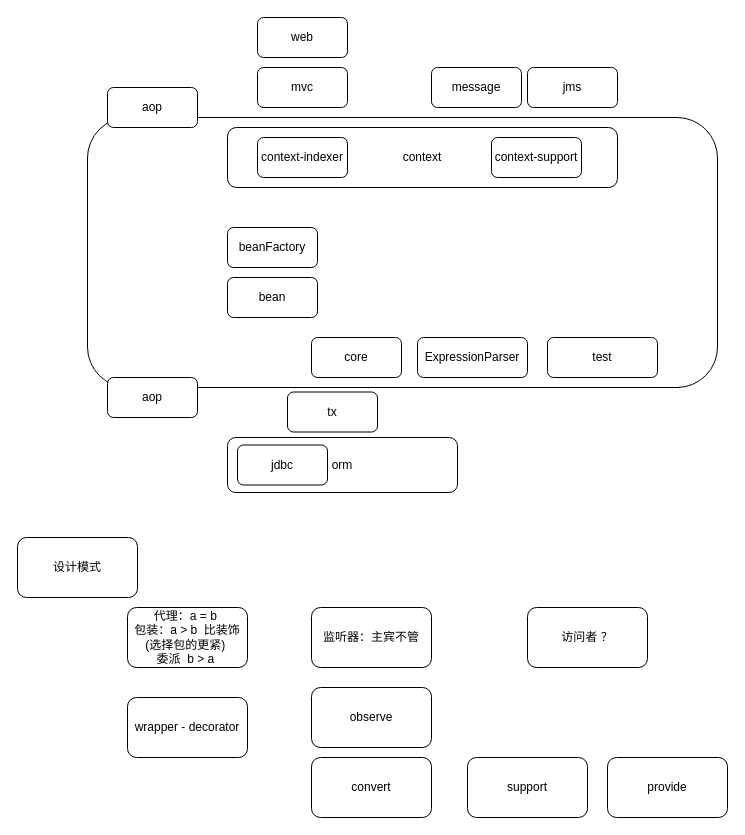
Before: menus/springAll.drawio in Asamiyaa/microservice-k8s-yun, a draw.io diagram. Source tidied: cells renumbered, new cells numbered last; positions are measured from the earlier drawing's top-left corner, leaving out a move shared by most shapes. Both pictures are drawn from the tidied source at 100%, with x=0, y=0 at pixel (17, 17).
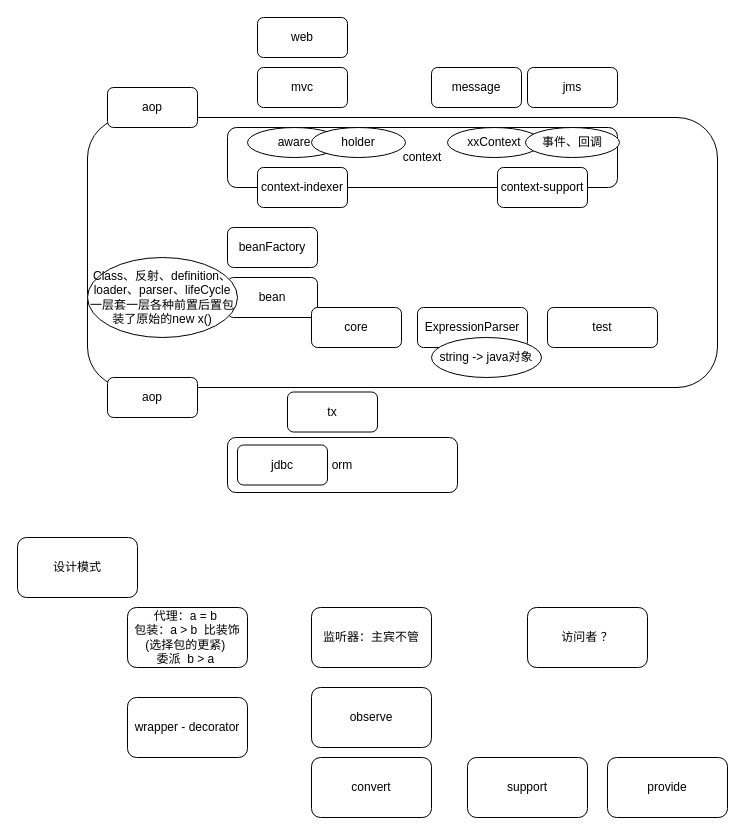
The same diagram, later.

Diff of the diagram source:
```diff
@@
     <mxCell id="7" value="context-indexer" style="rounded=1;whiteSpace=wrap;html=1;" parent="1" vertex="1">
-      <mxGeometry x="240" y="120" width="90" height="40" as="geometry" />
+      <mxGeometry x="240" y="150" width="90" height="40" as="geometry" />
     </mxCell>
     <mxCell id="8" value="context-support" style="rounded=1;whiteSpace=wrap;html=1;" parent="1" vertex="1">
-      <mxGeometry x="474" y="120" width="90" height="40" as="geometry" />
+      <mxGeometry x="480" y="150" width="90" height="40" as="geometry" />
     </mxCell>
     <mxCell id="9" value="core" style="rounded=1;whiteSpace=wrap;html=1;" parent="1" vertex="1">
-      <mxGeometry x="294" y="320" width="90" height="40" as="geometry" />
+      <mxGeometry x="294" y="290" width="90" height="40" as="geometry" />
     </mxCell>
     <mxCell id="10" value="ExpressionParser" style="rounded=1;whiteSpace=wrap;html=1;" parent="1" vertex="1">
-      <mxGeometry x="400" y="320" width="110" height="40" as="geometry" />
+      <mxGeometry x="400" y="290" width="110" height="40" as="geometry" />
     </mxCell>
@@
     <mxCell id="15" value="test" style="rounded=1;whiteSpace=wrap;html=1;" parent="1" vertex="1">
-      <mxGeometry x="530" y="320" width="110" height="40" as="geometry" />
+      <mxGeometry x="530" y="290" width="110" height="40" as="geometry" />
     </mxCell>
@@
+    <mxCell id="29" value="string -&amp;gt; java对象" style="ellipse;whiteSpace=wrap;html=1;" parent="1" vertex="1">
+      <mxGeometry x="414" y="320" width="110" height="40" as="geometry" />
+    </mxCell>
+    <mxCell id="30" value="aware" style="ellipse;whiteSpace=wrap;html=1;" parent="1" vertex="1">
+      <mxGeometry x="230" y="110" width="94" height="30" as="geometry" />
+    </mxCell>
+    <mxCell id="31" value="holder" style="ellipse;whiteSpace=wrap;html=1;" parent="1" vertex="1">
+      <mxGeometry x="294" y="110" width="94" height="30" as="geometry" />
+    </mxCell>
+    <mxCell id="32" value="xxContext" style="ellipse;whiteSpace=wrap;html=1;" parent="1" vertex="1">
+      <mxGeometry x="430" y="110" width="94" height="30" as="geometry" />
+    </mxCell>
+    <mxCell id="33" value="事件、回调" style="ellipse;whiteSpace=wrap;html=1;" parent="1" vertex="1">
+      <mxGeometry x="508" y="110" width="94" height="30" as="geometry" />
+    </mxCell>
+    <mxCell id="34" value="Class、反射、definition、loader、parser、lifeCycle一层套一层各种前置后置包装了原始的new x()" style="ellipse;whiteSpace=wrap;html=1;" parent="1" vertex="1">
+      <mxGeometry x="70" y="240" width="150" height="80" as="geometry" />
+    </mxCell>
```
